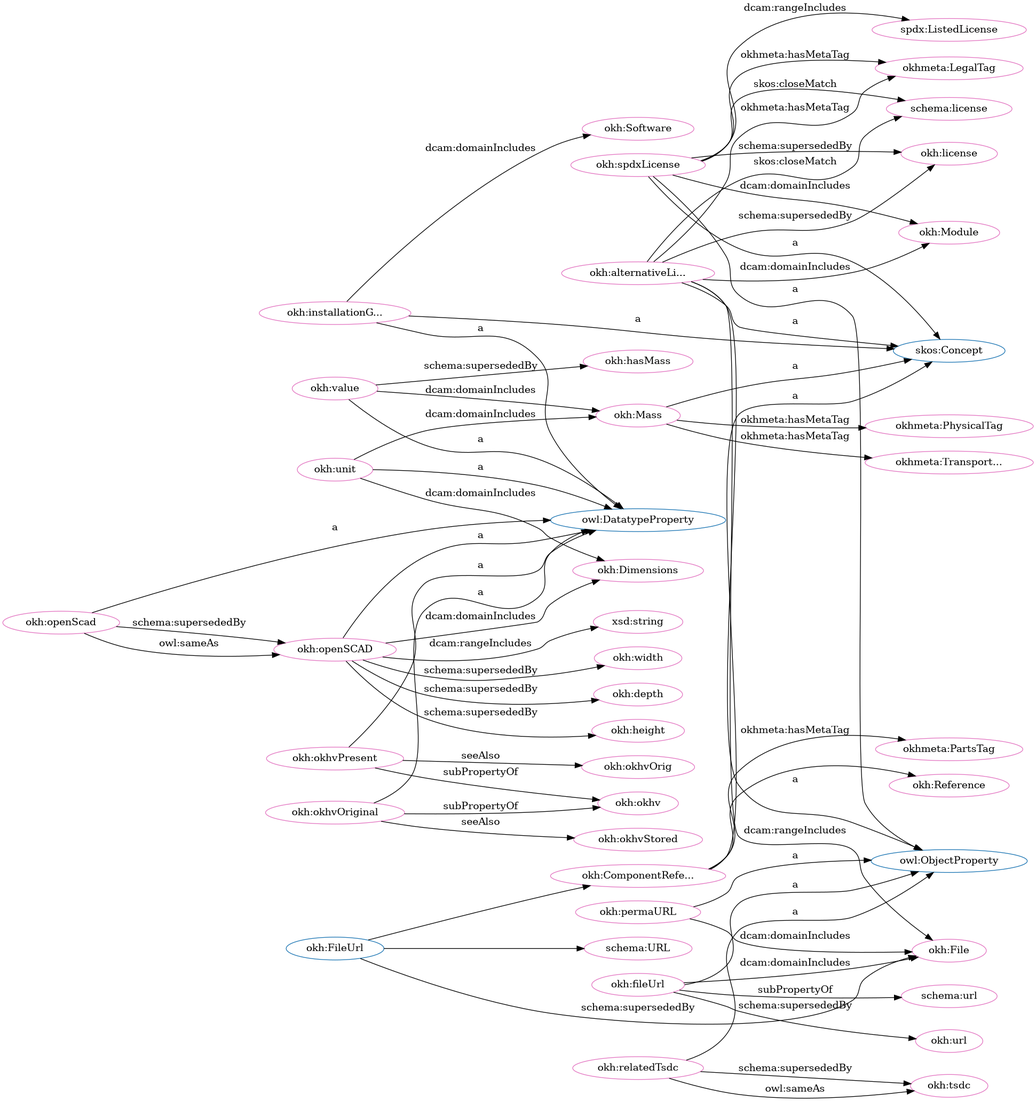
iop-alliance/OpenKnowHow keeps this Graphviz diagram as src/spec/dot_okh_deprecated.png. Above is the earlier version. Its source is kept beside it as src/spec/dot_okh_deprecated.dot.
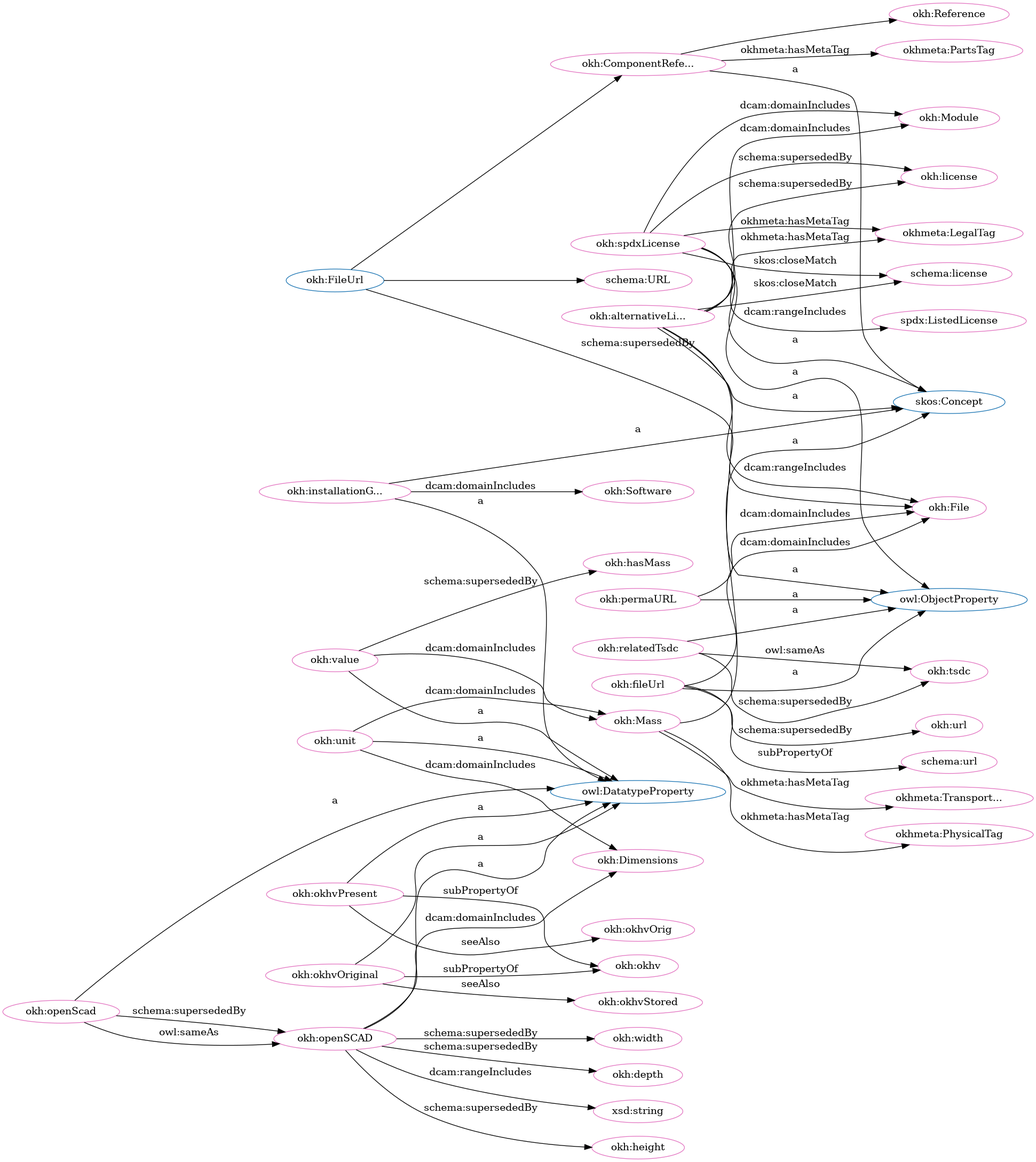
The same file after the commit.

The edit, as a diff of the source:
```diff
@@ -1,106 +1,106 @@
 digraph G {
   rankdir=BT
   node[height=.3]
+"http://www.w3.org/2004/02/skos/core#Concept" [fillcolor="#1f77b4" color="#1f77b4" label="skos:Concept"]
 "http://w3id.org/oseg/ont/okh#Reference" [fillcolor="#1f77b4" color="#1f77b4" label="okh:Reference"]
+"http://www.w3.org/2002/07/owl#ObjectProperty" [fillcolor="#1f77b4" color="#1f77b4" label="owl:ObjectProperty"]
+"http://schema.org/URL" [fillcolor="#1f77b4" color="#1f77b4" label="schema:URL"]
+"http://w3id.org/oseg/ont/okh#ComponentReference" [fillcolor="#1f77b4" color="#1f77b4" label="okh:ComponentRefe..."]
 "http://www.w3.org/2002/07/owl#DatatypeProperty" [fillcolor="#1f77b4" color="#1f77b4" label="owl:DatatypeProperty"]
-"http://w3id.org/oseg/ont/okh#ComponentReference" [fillcolor="#1f77b4" color="#1f77b4" label="okh:ComponentRefe..."]
 "http://w3id.org/oseg/ont/okh#Mass" [fillcolor="#1f77b4" color="#1f77b4" label="okh:Mass"]
 "http://w3id.org/oseg/ont/okh#FileUrl" [fillcolor="#1f77b4" color="#1f77b4" label="okh:FileUrl"]
-"http://www.w3.org/2004/02/skos/core#Concept" [fillcolor="#1f77b4" color="#1f77b4" label="skos:Concept"]
-"http://www.w3.org/2002/07/owl#ObjectProperty" [fillcolor="#1f77b4" color="#1f77b4" label="owl:ObjectProperty"]
-"http://schema.org/URL" [fillcolor="#1f77b4" color="#1f77b4" label="schema:URL"]
-"http://w3id.org/oseg/ont/okh#permaURL" [fillcolor="#e377c2" color="#e377c2" label="okh:permaURL"]
-"http://w3id.org/oseg/ont/okh#installationGuide" [fillcolor="#e377c2" color="#e377c2" label="okh:installationG..."]
-"http://w3id.org/oseg/ont/okh#File" [fillcolor="#e377c2" color="#e377c2" label="okh:File"]
-"http://w3id.org/oseg/ont/okh#okhvStored" [fillcolor="#e377c2" color="#e377c2" label="okh:okhvStored"]
-"http://w3id.org/oseg/ont/okh#openSCAD" [fillcolor="#e377c2" color="#e377c2" label="okh:openSCAD"]
+"http://w3id.org/oseg/ont/okh#okhvOrig" [fillcolor="#e377c2" color="#e377c2" label="okh:okhvOrig"]
+"http://w3id.org/oseg/ont/okh#okhv" [fillcolor="#e377c2" color="#e377c2" label="okh:okhv"]
 "http://w3id.org/oseg/ont/okh#alternativeLicense" [fillcolor="#e377c2" color="#e377c2" label="okh:alternativeLi..."]
-"http://w3id.org/oseg/ont/okh#height" [fillcolor="#e377c2" color="#e377c2" label="okh:height"]
+"http://w3id.org/oseg/ont/okh#okhvPresent" [fillcolor="#e377c2" color="#e377c2" label="okh:okhvPresent"]
 "http://w3id.org/oseg/ont/okhmetaPartsTag" [fillcolor="#e377c2" color="#e377c2" label="okhmeta:PartsTag"]
 "http://w3id.org/oseg/ont/okh#openScad" [fillcolor="#e377c2" color="#e377c2" label="okh:openScad"]
-"http://w3id.org/oseg/ont/okh#Mass" [fillcolor="#e377c2" color="#e377c2" label="okh:Mass"]
-"http://w3id.org/oseg/ont/okh#okhv" [fillcolor="#e377c2" color="#e377c2" label="okh:okhv"]
-"http://w3id.org/oseg/ont/okhmetaTransportationTag" [fillcolor="#e377c2" color="#e377c2" label="okhmeta:Transport..."]
-"http://w3id.org/oseg/ont/okhmetaPhysicalTag" [fillcolor="#e377c2" color="#e377c2" label="okhmeta:PhysicalTag"]
-"http://www.w3.org/2001/XMLSchema#string" [fillcolor="#e377c2" color="#e377c2" label="xsd:string"]
-"http://w3id.org/oseg/ont/okh#unit" [fillcolor="#e377c2" color="#e377c2" label="okh:unit"]
-"http://w3id.org/oseg/ont/okh#okhvPresent" [fillcolor="#e377c2" color="#e377c2" label="okh:okhvPresent"]
-"http://w3id.org/oseg/ont/okh#fileUrl" [fillcolor="#e377c2" color="#e377c2" label="okh:fileUrl"]
-"http://spdx.org/rdf/terms#ListedLicense" [fillcolor="#e377c2" color="#e377c2" label="spdx:ListedLicense"]
-"http://w3id.org/oseg/ont/okh#ComponentReference" [fillcolor="#e377c2" color="#e377c2" label="okh:ComponentRefe..."]
-"http://w3id.org/oseg/ont/okh#hasMass" [fillcolor="#e377c2" color="#e377c2" label="okh:hasMass"]
 "http://w3id.org/oseg/ont/okh#Dimensions" [fillcolor="#e377c2" color="#e377c2" label="okh:Dimensions"]
-"http://schema.org/URL" [fillcolor="#e377c2" color="#e377c2" label="schema:URL"]
-"http://w3id.org/oseg/ont/okh#Module" [fillcolor="#e377c2" color="#e377c2" label="okh:Module"]
-"http://w3id.org/oseg/ont/okh#depth" [fillcolor="#e377c2" color="#e377c2" label="okh:depth"]
 "http://w3id.org/oseg/ont/okh#tsdc" [fillcolor="#e377c2" color="#e377c2" label="okh:tsdc"]
 "http://w3id.org/oseg/ont/okh#Software" [fillcolor="#e377c2" color="#e377c2" label="okh:Software"]
+"http://schema.org/URL" [fillcolor="#e377c2" color="#e377c2" label="schema:URL"]
+"http://w3id.org/oseg/ont/okh#openSCAD" [fillcolor="#e377c2" color="#e377c2" label="okh:openSCAD"]
 "http://w3id.org/oseg/ont/okhmetaLegalTag" [fillcolor="#e377c2" color="#e377c2" label="okhmeta:LegalTag"]
+"http://w3id.org/oseg/ont/okh#license" [fillcolor="#e377c2" color="#e377c2" label="okh:license"]
+"http://w3id.org/oseg/ont/okhmetaPhysicalTag" [fillcolor="#e377c2" color="#e377c2" label="okhmeta:PhysicalTag"]
+"http://w3id.org/oseg/ont/okhmetaTransportationTag" [fillcolor="#e377c2" color="#e377c2" label="okhmeta:Transport..."]
+"http://w3id.org/oseg/ont/okh#permaURL" [fillcolor="#e377c2" color="#e377c2" label="okh:permaURL"]
 "http://w3id.org/oseg/ont/okh#width" [fillcolor="#e377c2" color="#e377c2" label="okh:width"]
+"http://w3id.org/oseg/ont/okh#value" [fillcolor="#e377c2" color="#e377c2" label="okh:value"]
+"http://w3id.org/oseg/ont/okh#installationGuide" [fillcolor="#e377c2" color="#e377c2" label="okh:installationG..."]
+"http://w3id.org/oseg/ont/okh#depth" [fillcolor="#e377c2" color="#e377c2" label="okh:depth"]
+"http://w3id.org/oseg/ont/okh#unit" [fillcolor="#e377c2" color="#e377c2" label="okh:unit"]
+"http://w3id.org/oseg/ont/okh#okhvStored" [fillcolor="#e377c2" color="#e377c2" label="okh:okhvStored"]
+"http://w3id.org/oseg/ont/okh#Module" [fillcolor="#e377c2" color="#e377c2" label="okh:Module"]
+"http://w3id.org/oseg/ont/okh#Mass" [fillcolor="#e377c2" color="#e377c2" label="okh:Mass"]
+"http://w3id.org/oseg/ont/okh#hasMass" [fillcolor="#e377c2" color="#e377c2" label="okh:hasMass"]
+"http://schema.org/license" [fillcolor="#e377c2" color="#e377c2" label="schema:license"]
+"http://w3id.org/oseg/ont/okh#File" [fillcolor="#e377c2" color="#e377c2" label="okh:File"]
+"http://spdx.org/rdf/terms#ListedLicense" [fillcolor="#e377c2" color="#e377c2" label="spdx:ListedLicense"]
+"http://schema.org/url" [fillcolor="#e377c2" color="#e377c2" label="schema:url"]
 "http://w3id.org/oseg/ont/okh#spdxLicense" [fillcolor="#e377c2" color="#e377c2" label="okh:spdxLicense"]
-"http://w3id.org/oseg/ont/okh#license" [fillcolor="#e377c2" color="#e377c2" label="okh:license"]
-"http://w3id.org/oseg/ont/okh#value" [fillcolor="#e377c2" color="#e377c2" label="okh:value"]
-"http://schema.org/license" [fillcolor="#e377c2" color="#e377c2" label="schema:license"]
+"http://w3id.org/oseg/ont/okh#ComponentReference" [fillcolor="#e377c2" color="#e377c2" label="okh:ComponentRefe..."]
+"http://w3id.org/oseg/ont/okh#relatedTsdc" [fillcolor="#e377c2" color="#e377c2" label="okh:relatedTsdc"]
 "http://w3id.org/oseg/ont/okh#url" [fillcolor="#e377c2" color="#e377c2" label="okh:url"]
-"http://w3id.org/oseg/ont/okh#relatedTsdc" [fillcolor="#e377c2" color="#e377c2" label="okh:relatedTsdc"]
-"http://w3id.org/oseg/ont/okh#okhvOrig" [fillcolor="#e377c2" color="#e377c2" label="okh:okhvOrig"]
+"http://www.w3.org/2001/XMLSchema#string" [fillcolor="#e377c2" color="#e377c2" label="xsd:string"]
 "http://w3id.org/oseg/ont/okh#Reference" [fillcolor="#e377c2" color="#e377c2" label="okh:Reference"]
-"http://schema.org/url" [fillcolor="#e377c2" color="#e377c2" label="schema:url"]
 "http://w3id.org/oseg/ont/okh#okhvOriginal" [fillcolor="#e377c2" color="#e377c2" label="okh:okhvOriginal"]
-  "http://w3id.org/oseg/ont/okh#permaURL" -> "http://www.w3.org/2002/07/owl#ObjectProperty" [label="a"]
-  "http://w3id.org/oseg/ont/okh#installationGuide" -> "http://www.w3.org/2002/07/owl#DatatypeProperty" [label="a"]
-  "http://w3id.org/oseg/ont/okh#permaURL" -> "http://w3id.org/oseg/ont/okh#File" [label="dcam:domainIncludes"]
-  "http://w3id.org/oseg/ont/okh#okhvOriginal" -> "http://w3id.org/oseg/ont/okh#okhvStored" [label="seeAlso"]
-  "http://w3id.org/oseg/ont/okh#openScad" -> "http://w3id.org/oseg/ont/okh#openSCAD" [label="owl:sameAs"]
-  "http://w3id.org/oseg/ont/okh#alternativeLicense" -> "http://www.w3.org/2002/07/owl#ObjectProperty" [label="a"]
-  "http://w3id.org/oseg/ont/okh#openSCAD" -> "http://w3id.org/oseg/ont/okh#height" [label="schema:supersededBy"]
+"http://w3id.org/oseg/ont/okh#fileUrl" [fillcolor="#e377c2" color="#e377c2" label="okh:fileUrl"]
+"http://w3id.org/oseg/ont/okh#height" [fillcolor="#e377c2" color="#e377c2" label="okh:height"]
+  "http://w3id.org/oseg/ont/okh#okhvPresent" -> "http://w3id.org/oseg/ont/okh#okhvOrig" [label="seeAlso"]
+  "http://w3id.org/oseg/ont/okh#okhvOriginal" -> "http://w3id.org/oseg/ont/okh#okhv" [label="subPropertyOf"]
+  "http://w3id.org/oseg/ont/okh#alternativeLicense" -> "http://www.w3.org/2004/02/skos/core#Concept" [label="a"]
+  "http://w3id.org/oseg/ont/okh#okhvPresent" -> "http://www.w3.org/2002/07/owl#DatatypeProperty" [label="a"]
   "http://w3id.org/oseg/ont/okh#ComponentReference" -> "http://w3id.org/oseg/ont/okhmetaPartsTag" [label="okhmeta:hasMetaTag"]
   "http://w3id.org/oseg/ont/okh#openScad" -> "http://www.w3.org/2002/07/owl#DatatypeProperty" [label="a"]
+  "http://w3id.org/oseg/ont/okh#okhvPresent" -> "http://w3id.org/oseg/ont/okh#okhv" [label="subPropertyOf"]
+  "http://w3id.org/oseg/ont/okh#openSCAD" -> "http://w3id.org/oseg/ont/okh#Dimensions" [label="dcam:domainIncludes"]
+  "http://w3id.org/oseg/ont/okh#relatedTsdc" -> "http://w3id.org/oseg/ont/okh#tsdc" [label="schema:supersededBy"]
+  "http://w3id.org/oseg/ont/okh#relatedTsdc" -> "http://w3id.org/oseg/ont/okh#tsdc" [label="owl:sameAs"]
+  "http://w3id.org/oseg/ont/okh#installationGuide" -> "http://w3id.org/oseg/ont/okh#Software" [label="dcam:domainIncludes"]
+  "http://w3id.org/oseg/ont/okh#FileUrl" -> "http://schema.org/URL" [label=""]
+  "http://w3id.org/oseg/ont/okh#openSCAD" -> "http://www.w3.org/2002/07/owl#DatatypeProperty" [label="a"]
+  "http://w3id.org/oseg/ont/okh#alternativeLicense" -> "http://w3id.org/oseg/ont/okhmetaLegalTag" [label="okhmeta:hasMetaTag"]
+  "http://w3id.org/oseg/ont/okh#alternativeLicense" -> "http://w3id.org/oseg/ont/okh#license" [label="schema:supersededBy"]
+  "http://w3id.org/oseg/ont/okh#Mass" -> "http://w3id.org/oseg/ont/okhmetaPhysicalTag" [label="okhmeta:hasMetaTag"]
+  "http://w3id.org/oseg/ont/okh#openScad" -> "http://w3id.org/oseg/ont/okh#openSCAD" [label="owl:sameAs"]
+  "http://w3id.org/oseg/ont/okh#Mass" -> "http://w3id.org/oseg/ont/okhmetaTransportationTag" [label="okhmeta:hasMetaTag"]
+  "http://w3id.org/oseg/ont/okh#openScad" -> "http://w3id.org/oseg/ont/okh#openSCAD" [label="schema:supersededBy"]
+  "http://w3id.org/oseg/ont/okh#permaURL" -> "http://www.w3.org/2002/07/owl#ObjectProperty" [label="a"]
+  "http://w3id.org/oseg/ont/okh#openSCAD" -> "http://w3id.org/oseg/ont/okh#width" [label="schema:supersededBy"]
+  "http://w3id.org/oseg/ont/okh#value" -> "http://www.w3.org/2002/07/owl#DatatypeProperty" [label="a"]
+  "http://w3id.org/oseg/ont/okh#unit" -> "http://w3id.org/oseg/ont/okh#Dimensions" [label="dcam:domainIncludes"]
+  "http://w3id.org/oseg/ont/okh#installationGuide" -> "http://www.w3.org/2002/07/owl#DatatypeProperty" [label="a"]
+  "http://w3id.org/oseg/ont/okh#spdxLicense" -> "http://w3id.org/oseg/ont/okhmetaLegalTag" [label="okhmeta:hasMetaTag"]
+  "http://w3id.org/oseg/ont/okh#openSCAD" -> "http://w3id.org/oseg/ont/okh#depth" [label="schema:supersededBy"]
+  "http://w3id.org/oseg/ont/okh#unit" -> "http://www.w3.org/2002/07/owl#DatatypeProperty" [label="a"]
+  "http://w3id.org/oseg/ont/okh#okhvOriginal" -> "http://w3id.org/oseg/ont/okh#okhvStored" [label="seeAlso"]
+  "http://w3id.org/oseg/ont/okh#alternativeLicense" -> "http://w3id.org/oseg/ont/okh#Module" [label="dcam:domainIncludes"]
   "http://w3id.org/oseg/ont/okh#Mass" -> "http://www.w3.org/2004/02/skos/core#Concept" [label="a"]
-  "http://w3id.org/oseg/ont/okh#okhvPresent" -> "http://w3id.org/oseg/ont/okh#okhv" [label="subPropertyOf"]
-  "http://w3id.org/oseg/ont/okh#unit" -> "http://w3id.org/oseg/ont/okh#Mass" [label="dcam:domainIncludes"]
-  "http://w3id.org/oseg/ont/okh#Mass" -> "http://w3id.org/oseg/ont/okhmetaTransportationTag" [label="okhmeta:hasMetaTag"]
-  "http://w3id.org/oseg/ont/okh#Mass" -> "http://w3id.org/oseg/ont/okhmetaPhysicalTag" [label="okhmeta:hasMetaTag"]
-  "http://w3id.org/oseg/ont/okh#openSCAD" -> "http://www.w3.org/2001/XMLSchema#string" [label="dcam:rangeIncludes"]
-  "http://w3id.org/oseg/ont/okh#unit" -> "http://www.w3.org/2002/07/owl#DatatypeProperty" [label="a"]
-  "http://w3id.org/oseg/ont/okh#okhvPresent" -> "http://www.w3.org/2002/07/owl#DatatypeProperty" [label="a"]
-  "http://w3id.org/oseg/ont/okh#fileUrl" -> "http://www.w3.org/2002/07/owl#ObjectProperty" [label="a"]
+  "http://w3id.org/oseg/ont/okh#alternativeLicense" -> "http://www.w3.org/2002/07/owl#ObjectProperty" [label="a"]
+  "http://w3id.org/oseg/ont/okh#installationGuide" -> "http://www.w3.org/2004/02/skos/core#Concept" [label="a"]
+  "http://w3id.org/oseg/ont/okh#value" -> "http://w3id.org/oseg/ont/okh#hasMass" [label="schema:supersededBy"]
+  "http://w3id.org/oseg/ont/okh#spdxLicense" -> "http://schema.org/license" [label="skos:closeMatch"]
   "http://w3id.org/oseg/ont/okh#alternativeLicense" -> "http://w3id.org/oseg/ont/okh#File" [label="dcam:rangeIncludes"]
-  "http://w3id.org/oseg/ont/okh#value" -> "http://w3id.org/oseg/ont/okh#Mass" [label="dcam:domainIncludes"]
+  "http://w3id.org/oseg/ont/okh#spdxLicense" -> "http://w3id.org/oseg/ont/okh#Module" [label="dcam:domainIncludes"]
   "http://w3id.org/oseg/ont/okh#spdxLicense" -> "http://spdx.org/rdf/terms#ListedLicense" [label="dcam:rangeIncludes"]
-  "http://w3id.org/oseg/ont/okh#ComponentReference" -> "http://www.w3.org/2004/02/skos/core#Concept" [label="a"]
-  "http://w3id.org/oseg/ont/okh#value" -> "http://w3id.org/oseg/ont/okh#hasMass" [label="schema:supersededBy"]
   "http://w3id.org/oseg/ont/okh#FileUrl" -> "http://w3id.org/oseg/ont/okh#File" [label="schema:supersededBy"]
-  "http://w3id.org/oseg/ont/okh#openSCAD" -> "http://w3id.org/oseg/ont/okh#Dimensions" [label="dcam:domainIncludes"]
-  "http://w3id.org/oseg/ont/okh#FileUrl" -> "http://w3id.org/oseg/ont/okh#ComponentReference" [label=""]
-  "http://w3id.org/oseg/ont/okh#FileUrl" -> "http://schema.org/URL" [label=""]
-  "http://w3id.org/oseg/ont/okh#spdxLicense" -> "http://w3id.org/oseg/ont/okh#Module" [label="dcam:domainIncludes"]
-  "http://w3id.org/oseg/ont/okh#openSCAD" -> "http://w3id.org/oseg/ont/okh#depth" [label="schema:supersededBy"]
-  "http://w3id.org/oseg/ont/okh#relatedTsdc" -> "http://w3id.org/oseg/ont/okh#tsdc" [label="owl:sameAs"]
-  "http://w3id.org/oseg/ont/okh#openScad" -> "http://w3id.org/oseg/ont/okh#openSCAD" [label="schema:supersededBy"]
-  "http://w3id.org/oseg/ont/okh#installationGuide" -> "http://w3id.org/oseg/ont/okh#Software" [label="dcam:domainIncludes"]
-  "http://w3id.org/oseg/ont/okh#alternativeLicense" -> "http://w3id.org/oseg/ont/okhmetaLegalTag" [label="okhmeta:hasMetaTag"]
-  "http://w3id.org/oseg/ont/okh#openSCAD" -> "http://w3id.org/oseg/ont/okh#width" [label="schema:supersededBy"]
-  "http://w3id.org/oseg/ont/okh#alternativeLicense" -> "http://w3id.org/oseg/ont/okh#Module" [label="dcam:domainIncludes"]
-  "http://w3id.org/oseg/ont/okh#relatedTsdc" -> "http://w3id.org/oseg/ont/okh#tsdc" [label="schema:supersededBy"]
-  "http://w3id.org/oseg/ont/okh#spdxLicense" -> "http://www.w3.org/2004/02/skos/core#Concept" [label="a"]
-  "http://w3id.org/oseg/ont/okh#spdxLicense" -> "http://w3id.org/oseg/ont/okh#license" [label="schema:supersededBy"]
-  "http://w3id.org/oseg/ont/okh#value" -> "http://www.w3.org/2002/07/owl#DatatypeProperty" [label="a"]
-  "http://w3id.org/oseg/ont/okh#spdxLicense" -> "http://schema.org/license" [label="skos:closeMatch"]
-  "http://w3id.org/oseg/ont/okh#fileUrl" -> "http://w3id.org/oseg/ont/okh#url" [label="schema:supersededBy"]
-  "http://w3id.org/oseg/ont/okh#alternativeLicense" -> "http://www.w3.org/2004/02/skos/core#Concept" [label="a"]
-  "http://w3id.org/oseg/ont/okh#okhvOriginal" -> "http://w3id.org/oseg/ont/okh#okhv" [label="subPropertyOf"]
-  "http://w3id.org/oseg/ont/okh#spdxLicense" -> "http://w3id.org/oseg/ont/okhmetaLegalTag" [label="okhmeta:hasMetaTag"]
-  "http://w3id.org/oseg/ont/okh#alternativeLicense" -> "http://w3id.org/oseg/ont/okh#license" [label="schema:supersededBy"]
-  "http://w3id.org/oseg/ont/okh#alternativeLicense" -> "http://schema.org/license" [label="skos:closeMatch"]
-  "http://w3id.org/oseg/ont/okh#unit" -> "http://w3id.org/oseg/ont/okh#Dimensions" [label="dcam:domainIncludes"]
-  "http://w3id.org/oseg/ont/okh#relatedTsdc" -> "http://www.w3.org/2002/07/owl#ObjectProperty" [label="a"]
-  "http://w3id.org/oseg/ont/okh#installationGuide" -> "http://www.w3.org/2004/02/skos/core#Concept" [label="a"]
-  "http://w3id.org/oseg/ont/okh#okhvPresent" -> "http://w3id.org/oseg/ont/okh#okhvOrig" [label="seeAlso"]
-  "http://w3id.org/oseg/ont/okh#openSCAD" -> "http://www.w3.org/2002/07/owl#DatatypeProperty" [label="a"]
-  "http://w3id.org/oseg/ont/okh#fileUrl" -> "http://w3id.org/oseg/ont/okh#File" [label="dcam:domainIncludes"]
-  "http://w3id.org/oseg/ont/okh#ComponentReference" -> "http://w3id.org/oseg/ont/okh#Reference" [label=""]
   "http://w3id.org/oseg/ont/okh#fileUrl" -> "http://schema.org/url" [label="subPropertyOf"]
   "http://w3id.org/oseg/ont/okh#spdxLicense" -> "http://www.w3.org/2002/07/owl#ObjectProperty" [label="a"]
+  "http://w3id.org/oseg/ont/okh#FileUrl" -> "http://w3id.org/oseg/ont/okh#ComponentReference" [label=""]
+  "http://w3id.org/oseg/ont/okh#relatedTsdc" -> "http://www.w3.org/2002/07/owl#ObjectProperty" [label="a"]
+  "http://w3id.org/oseg/ont/okh#fileUrl" -> "http://w3id.org/oseg/ont/okh#url" [label="schema:supersededBy"]
+  "http://w3id.org/oseg/ont/okh#openSCAD" -> "http://www.w3.org/2001/XMLSchema#string" [label="dcam:rangeIncludes"]
+  "http://w3id.org/oseg/ont/okh#unit" -> "http://w3id.org/oseg/ont/okh#Mass" [label="dcam:domainIncludes"]
+  "http://w3id.org/oseg/ont/okh#ComponentReference" -> "http://www.w3.org/2004/02/skos/core#Concept" [label="a"]
+  "http://w3id.org/oseg/ont/okh#ComponentReference" -> "http://w3id.org/oseg/ont/okh#Reference" [label=""]
+  "http://w3id.org/oseg/ont/okh#permaURL" -> "http://w3id.org/oseg/ont/okh#File" [label="dcam:domainIncludes"]
   "http://w3id.org/oseg/ont/okh#okhvOriginal" -> "http://www.w3.org/2002/07/owl#DatatypeProperty" [label="a"]
+  "http://w3id.org/oseg/ont/okh#spdxLicense" -> "http://w3id.org/oseg/ont/okh#license" [label="schema:supersededBy"]
+  "http://w3id.org/oseg/ont/okh#spdxLicense" -> "http://www.w3.org/2004/02/skos/core#Concept" [label="a"]
+  "http://w3id.org/oseg/ont/okh#value" -> "http://w3id.org/oseg/ont/okh#Mass" [label="dcam:domainIncludes"]
+  "http://w3id.org/oseg/ont/okh#fileUrl" -> "http://www.w3.org/2002/07/owl#ObjectProperty" [label="a"]
+  "http://w3id.org/oseg/ont/okh#fileUrl" -> "http://w3id.org/oseg/ont/okh#File" [label="dcam:domainIncludes"]
+  "http://w3id.org/oseg/ont/okh#alternativeLicense" -> "http://schema.org/license" [label="skos:closeMatch"]
+  "http://w3id.org/oseg/ont/okh#openSCAD" -> "http://w3id.org/oseg/ont/okh#height" [label="schema:supersededBy"]
 }
```
